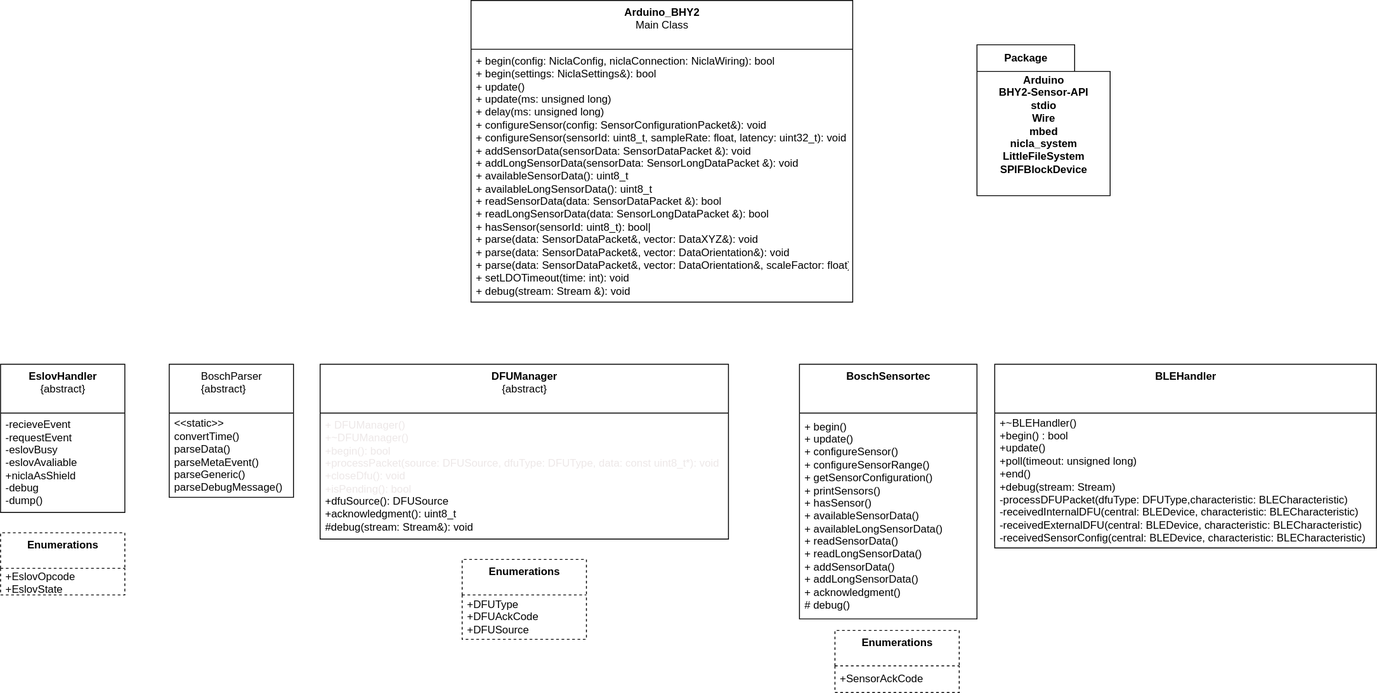
Above: Arduino_BHY2/Arduino_BHY2.UML.drawio.svg in arduino/nicla-sense-me-fw (draw.io), before the change. Source tidied: cells renumbered, new cells last; positions are measured from the earlier drawing's top-left corner, leaving out a move shared by most shapes.
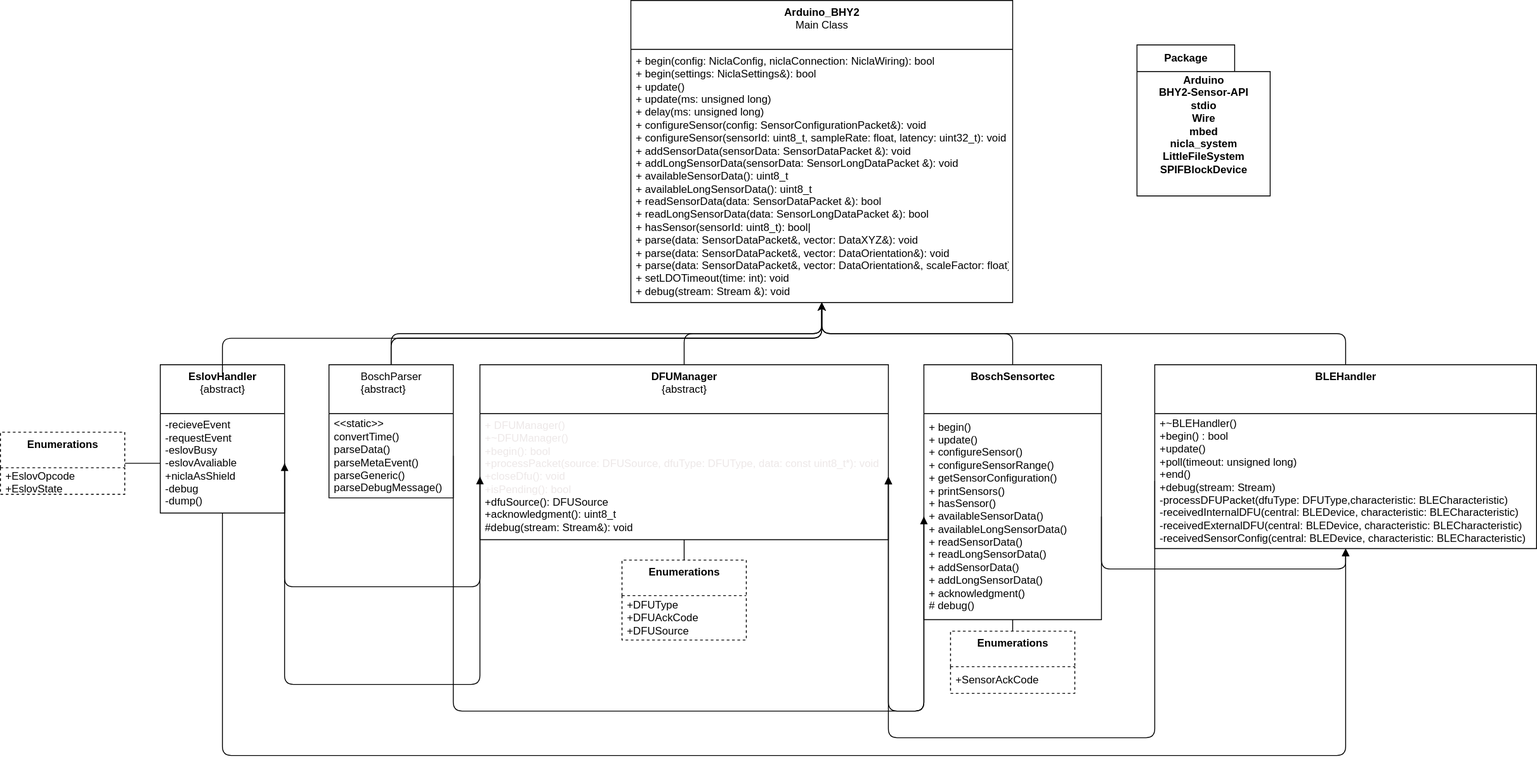
The same diagram one commit later.

What changed in the source:
```diff
@@ -8,8 +8,11 @@
     <mxCell id="3" value="-recieveEvent&lt;br&gt;-requestEvent&lt;br&gt;-eslovBusy&lt;br&gt;-eslovAvaliable&lt;br&gt;+niclaAsShield&lt;br&gt;-debug&lt;br&gt;-dump()" style="text;html=1;strokeColor=none;fillColor=none;align=left;verticalAlign=middle;spacingLeft=4;spacingRight=4;overflow=hidden;points=[[0,0.5],[1,0.5]];portConstraint=eastwest;" parent="2" vertex="1">
       <mxGeometry y="55" width="140" height="112" as="geometry" />
     </mxCell>
+    <mxCell id="22" style="edgeStyle=none;html=1;exitX=1;exitY=0.5;exitDx=0;exitDy=0;entryX=0;entryY=0.5;entryDx=0;entryDy=0;elbow=vertical;endArrow=none;endFill=0;exitPerimeter=0;" parent="1" edge="1" source="4" target="3">
+      <mxGeometry relative="1" as="geometry" />
+    </mxCell>
     <mxCell id="4" value="&lt;b&gt;Enumerations&lt;/b&gt;" style="swimlane;fontStyle=0;align=center;verticalAlign=top;horizontal=1;startSize=40;html=1;rounded=0;dashed=1;" parent="1" vertex="1">
-      <mxGeometry y="600" width="140" height="70" as="geometry" />
+      <mxGeometry x="-180" y="486" width="140" height="70" as="geometry" />
     </mxCell>
     <mxCell id="5" value="+EslovOpcode&lt;br&gt;+EslovState" style="text;html=1;strokeColor=none;fillColor=none;align=left;verticalAlign=middle;spacingLeft=4;spacingRight=4;overflow=hidden;rounded=0;dashed=1;" parent="4" vertex="1">
       <mxGeometry y="40" width="140" height="30" as="geometry" />
@@ -20,8 +23,11 @@
     <mxCell id="7" value="&lt;font color=&quot;#ede8e8&quot; style=&quot;&quot;&gt;+ DFUManager()&lt;br&gt;+~DFUManager()&lt;br&gt;+begin(): bool&lt;br&gt;+processPacket(source: DFUSource, dfuType: DFUType, data: const uint8_t*): void&lt;br&gt;&lt;/font&gt;&lt;span style=&quot;border: 0px solid rgb(217, 217, 227); box-sizing: border-box; --tw-border-spacing-x:0; --tw-border-spacing-y:0; --tw-translate-x:0; --tw-translate-y:0; --tw-rotate:0; --tw-skew-x:0; --tw-skew-y:0; --tw-scale-x:1; --tw-scale-y:1; --tw-pan-x: ; --tw-pan-y: ; --tw-pinch-zoom: ; --tw-scroll-snap-strictness:proximity; --tw-ordinal: ; --tw-slashed-zero: ; --tw-numeric-figure: ; --tw-numeric-spacing: ; --tw-numeric-fraction: ; --tw-ring-inset: ; --tw-ring-offset-width:0px; --tw-ring-offset-color:#fff; --tw-ring-color:rgba(59,130,246,0.5); --tw-ring-offset-shadow:0 0 transparent; --tw-ring-shadow:0 0 transparent; --tw-shadow:0 0 transparent; --tw-shadow-colored:0 0 transparent; --tw-blur: ; --tw-brightness: ; --tw-contrast: ; --tw-grayscale: ; --tw-hue-rotate: ; --tw-invert: ; --tw-saturate: ; --tw-sepia: ; --tw-drop-shadow: ; --tw-backdrop-blur: ; --tw-backdrop-brightness: ; --tw-backdrop-contrast: ; --tw-backdrop-grayscale: ; --tw-backdrop-hue-rotate: ; --tw-backdrop-invert: ; --tw-backdrop-opacity: ; --tw-backdrop-saturate: ; --tw-backdrop-sepia: ;&quot; class=&quot;hljs-type&quot;&gt;&lt;font color=&quot;#ede8e8&quot;&gt;+closeDfu(): void&lt;br&gt;+isPending(): bool&lt;br&gt;&lt;/font&gt;+dfuSource(): DFUSource&lt;br&gt;+acknowledgment(): uint8_t &lt;br&gt;#debug(stream: Stream&amp;amp;): void&lt;br&gt;&lt;/span&gt;" style="text;html=1;strokeColor=none;fillColor=none;align=left;verticalAlign=middle;spacingLeft=4;spacingRight=4;overflow=hidden;points=[[0,0.5],[1,0.5]];portConstraint=eastwest;" parent="6" vertex="1">
       <mxGeometry y="55" width="460" height="142" as="geometry" />
     </mxCell>
+    <mxCell id="23" style="edgeStyle=elbowEdgeStyle;elbow=vertical;html=1;" parent="1" edge="1" source="10" target="15">
+      <mxGeometry relative="1" as="geometry" />
+    </mxCell>
     <mxCell id="8" value="&lt;b&gt;BoschSensortec&lt;br&gt;&lt;/b&gt;" style="swimlane;fontStyle=0;align=center;verticalAlign=top;horizontal=1;startSize=55;html=1;" parent="1" vertex="1">
-      <mxGeometry x="900" y="410" width="200" height="287" as="geometry" />
+      <mxGeometry x="860" y="410" width="200" height="287" as="geometry" />
     </mxCell>
     <mxCell id="9" value="+ begin()&lt;br&gt;+ update()&lt;br&gt;+ configureSensor()&lt;br&gt;+ configureSensorRange()&lt;br&gt;+ getSensorConfiguration()&lt;br&gt;+ printSensors()&lt;br&gt;+ hasSensor()&lt;br&gt;+ availableSensorData()&lt;br&gt;+ availableLongSensorData()&lt;br&gt;+ readSensorData()&lt;br&gt;+ readLongSensorData()&lt;br&gt;+ addSensorData() &lt;br&gt;+ addLongSensorData()&lt;br&gt;&amp;nbsp;+ acknowledgment()&lt;br&gt;# debug()" style="text;html=1;strokeColor=none;fillColor=none;align=left;verticalAlign=middle;spacingLeft=4;spacingRight=4;overflow=hidden;points=[[0,0.5],[1,0.5]];portConstraint=eastwest;" parent="8" vertex="1">
       <mxGeometry y="55" width="200" height="232" as="geometry" />
@@ -52,17 +58,94 @@
         <mxPoint y="30" as="offset" />
       </mxGeometry>
     </mxCell>
+    <mxCell id="24" style="edgeStyle=none;html=1;exitX=0.5;exitY=0;exitDx=0;exitDy=0;endArrow=none;endFill=0;elbow=vertical;" parent="1" edge="1" source="18" target="9">
+      <mxGeometry relative="1" as="geometry" />
+    </mxCell>
     <mxCell id="18" value="&lt;b&gt;Enumerations&lt;/b&gt;" style="swimlane;fontStyle=0;align=center;verticalAlign=top;horizontal=1;startSize=40;html=1;rounded=0;dashed=1;" parent="1" vertex="1">
-      <mxGeometry x="940" y="710" width="140" height="70" as="geometry" />
+      <mxGeometry x="890" y="710" width="140" height="70" as="geometry" />
     </mxCell>
     <mxCell id="19" value="+SensorAckCode" style="text;html=1;strokeColor=none;fillColor=none;align=left;verticalAlign=middle;spacingLeft=4;spacingRight=4;overflow=hidden;rounded=0;dashed=1;" parent="18" vertex="1">
       <mxGeometry y="40" width="140" height="30" as="geometry" />
     </mxCell>
+    <mxCell id="25" style="edgeStyle=none;html=1;exitX=0.5;exitY=0;exitDx=0;exitDy=0;endArrow=none;endFill=0;elbow=vertical;" parent="1" edge="1" source="20" target="7">
+      <mxGeometry relative="1" as="geometry" />
+    </mxCell>
     <mxCell id="20" value="&lt;b&gt;Enumerations&lt;/b&gt;" style="swimlane;fontStyle=0;align=center;verticalAlign=top;horizontal=1;startSize=40;html=1;rounded=0;dashed=1;" parent="1" vertex="1">
       <mxGeometry x="520" y="630" width="140" height="90" as="geometry" />
     </mxCell>
     <mxCell id="21" value="+DFUType&lt;br&gt;+DFUAckCode&lt;br&gt;+DFUSource" style="text;html=1;strokeColor=none;fillColor=none;align=left;verticalAlign=middle;spacingLeft=4;spacingRight=4;overflow=hidden;rounded=0;dashed=1;" parent="20" vertex="1">
       <mxGeometry y="40" width="140" height="50" as="geometry" />
     </mxCell>
+    <mxCell id="26" style="edgeStyle=elbowEdgeStyle;elbow=vertical;html=1;" parent="1" edge="1" source="8" target="15">
+      <mxGeometry relative="1" as="geometry" />
+    </mxCell>
+    <mxCell id="27" style="edgeStyle=elbowEdgeStyle;elbow=vertical;html=1;" parent="1" edge="1" source="6" target="15">
+      <mxGeometry relative="1" as="geometry" />
+    </mxCell>
+    <mxCell id="28" style="edgeStyle=elbowEdgeStyle;elbow=vertical;html=1;" parent="1" edge="1" source="12" target="15">
+      <mxGeometry relative="1" as="geometry" />
+    </mxCell>
+    <mxCell id="29" style="edgeStyle=elbowEdgeStyle;elbow=vertical;html=1;exitX=0.5;exitY=0;exitDx=0;exitDy=0;" parent="1" edge="1" target="15">
+      <mxGeometry relative="1" as="geometry">
+        <mxPoint x="70" y="421" as="sourcePoint" />
+      </mxGeometry>
+    </mxCell>
+    <mxCell id="30" style="edgeStyle=elbowEdgeStyle;elbow=vertical;html=1;endArrow=block;endFill=1;" parent="1" edge="1" source="3" target="13">
+      <mxGeometry relative="1" as="geometry">
+        <Array as="points">
+          <mxPoint x="860" y="850" />
+        </Array>
+      </mxGeometry>
+    </mxCell>
+    <mxCell id="31" style="edgeStyle=elbowEdgeStyle;elbow=vertical;html=1;" parent="1" edge="1" source="10" target="15">
+      <mxGeometry relative="1" as="geometry">
+        <Array as="points">
+          <mxPoint x="340" y="380" />
+        </Array>
+      </mxGeometry>
+    </mxCell>
+    <mxCell id="32" style="edgeStyle=elbowEdgeStyle;elbow=vertical;html=1;exitX=1;exitY=0.5;exitDx=0;exitDy=0;endArrow=block;endFill=1;" parent="1" edge="1" source="9" target="13">
+      <mxGeometry relative="1" as="geometry">
+        <Array as="points">
+          <mxPoint x="1335" y="640" />
+          <mxPoint x="1090" y="670" />
+        </Array>
+      </mxGeometry>
+    </mxCell>
+    <mxCell id="33" style="edgeStyle=elbowEdgeStyle;elbow=vertical;html=1;exitX=1;exitY=0.5;exitDx=0;exitDy=0;entryX=0;entryY=0.5;entryDx=0;entryDy=0;endArrow=block;endFill=1;" parent="1" edge="1" source="11" target="9">
+      <mxGeometry relative="1" as="geometry">
+        <Array as="points">
+          <mxPoint x="670" y="800" />
+        </Array>
+      </mxGeometry>
+    </mxCell>
+    <mxCell id="34" style="edgeStyle=elbowEdgeStyle;elbow=vertical;html=1;exitX=0;exitY=0.5;exitDx=0;exitDy=0;entryX=1;entryY=0.5;entryDx=0;entryDy=0;endArrow=block;endFill=1;" parent="1" edge="1" source="13" target="7">
+      <mxGeometry relative="1" as="geometry">
+        <Array as="points">
+          <mxPoint x="1110" y="830" />
+        </Array>
+      </mxGeometry>
+    </mxCell>
+    <mxCell id="35" style="edgeStyle=elbowEdgeStyle;elbow=vertical;html=1;exitX=1;exitY=0.5;exitDx=0;exitDy=0;entryX=0;entryY=0.5;entryDx=0;entryDy=0;endArrow=block;endFill=1;" parent="1" edge="1" source="3" target="7">
+      <mxGeometry relative="1" as="geometry">
+        <Array as="points">
+          <mxPoint x="200" y="770" />
+        </Array>
+      </mxGeometry>
+    </mxCell>
+    <mxCell id="36" style="edgeStyle=elbowEdgeStyle;elbow=vertical;html=1;exitX=0;exitY=0.5;exitDx=0;exitDy=0;entryX=1;entryY=0.5;entryDx=0;entryDy=0;endArrow=block;endFill=1;" parent="1" edge="1" source="7" target="3">
+      <mxGeometry relative="1" as="geometry">
+        <Array as="points">
+          <mxPoint x="180" y="660" />
+        </Array>
+      </mxGeometry>
+    </mxCell>
+    <mxCell id="37" style="edgeStyle=elbowEdgeStyle;elbow=vertical;html=1;exitX=0;exitY=0.5;exitDx=0;exitDy=0;entryX=1;entryY=0.5;entryDx=0;entryDy=0;endArrow=block;endFill=1;" parent="1" edge="1" source="9" target="7">
+      <mxGeometry relative="1" as="geometry">
+        <Array as="points">
+          <mxPoint x="830" y="800" />
+        </Array>
+      </mxGeometry>
+    </mxCell>
   </root>
 </mxGraphModel>
```
